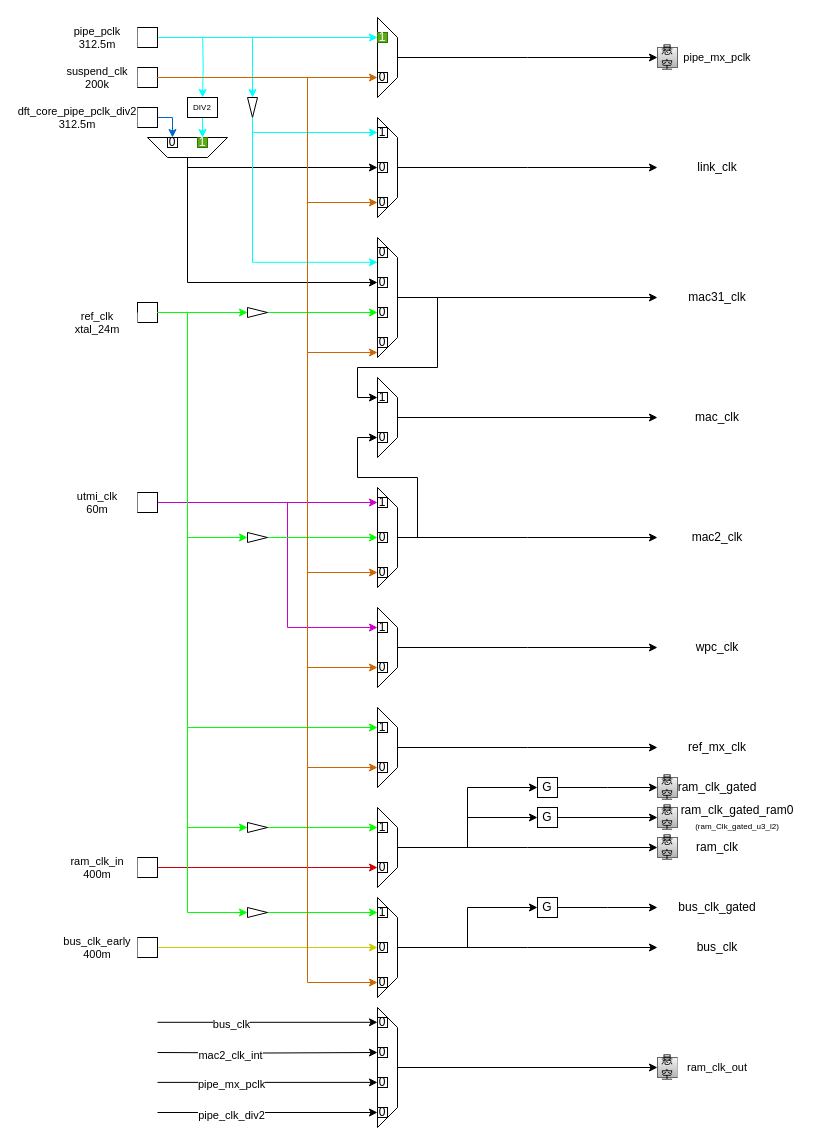
The draw.io diagram page "第 1 页" (1 of 2) of axera_mc8860/DWC_usb31.drawio in howeip/Diagram, before the edit. Source tidied: cells renumbered, new cells numbered last; positions are measured from the earlier drawing's top-left corner, leaving out a move shared by most shapes. Both pictures are drawn from the tidied source at 100%, with x=0, y=0 at pixel (17, 17).
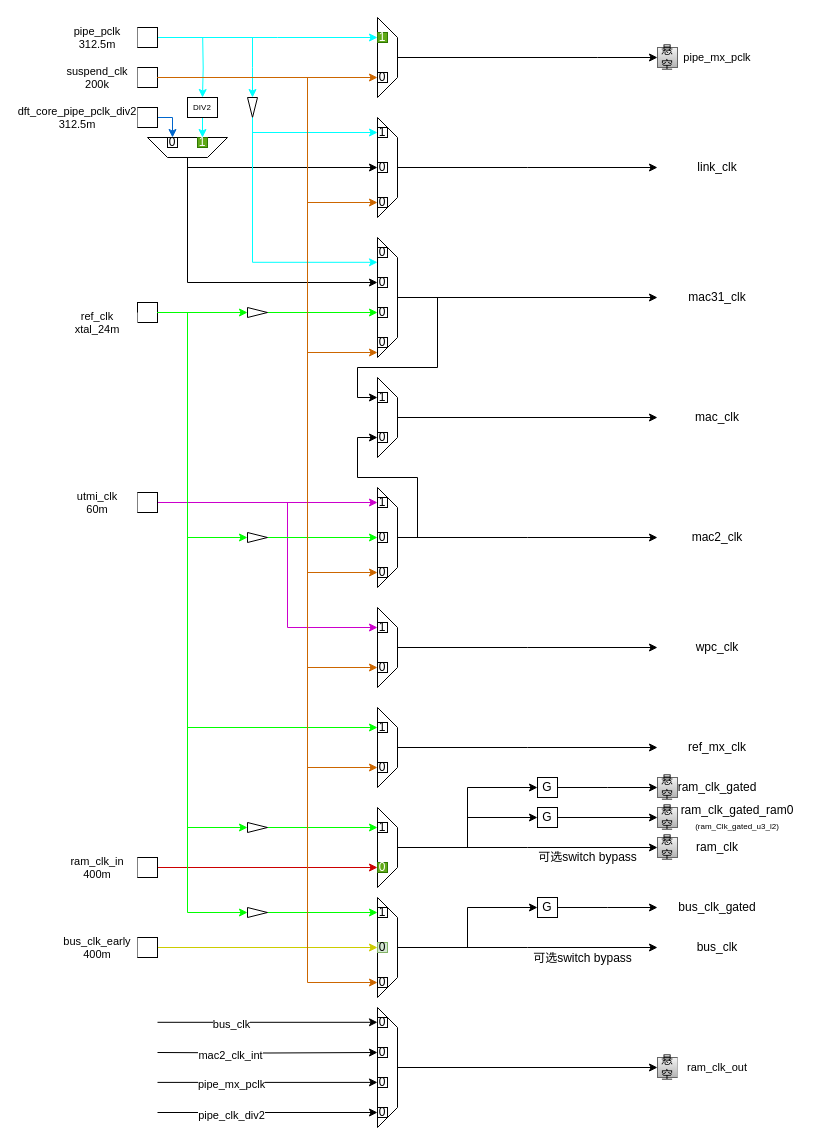
Above is the later version.

Unchanged cells that the change refers to:
```xml
<mxCell id="18" style="shape=trapezoid;perimeter=trapezoidPerimeter;whiteSpace=wrap;html=1;fixedSize=1;direction=south;" parent="1" vertex="1">
  <mxGeometry x="360" width="20" height="80" as="geometry" />
</mxCell>
<mxCell id="107" style="shape=trapezoid;perimeter=trapezoidPerimeter;whiteSpace=wrap;html=1;fixedSize=1;direction=south;" parent="1" vertex="1">
  <mxGeometry x="360" y="790" width="20" height="80" as="geometry" />
</mxCell>
<mxCell id="114" style="edgeStyle=orthogonalEdgeStyle;rounded=0;jettySize=auto;html=1;exitX=0.5;exitY=0;exitDx=0;exitDy=0;" parent="1" edge="1" source="116">
  <mxGeometry x="0.54" relative="1" as="geometry">
    <mxPoint x="640" y="930" as="targetPoint" />
  </mxGeometry>
</mxCell>
```

Diff of the diagram source:
```diff
@@
     <mxCell id="17" style="edgeStyle=orthogonalEdgeStyle;rounded=0;jettySize=auto;html=1;exitX=0.5;exitY=0;exitDx=0;exitDy=0;entryX=0;entryY=0.5;entryDx=0;entryDy=0;" parent="1" edge="1" source="18">
       <mxGeometry x="0.54" relative="1" as="geometry">
         <mxPoint x="640" y="40" as="targetPoint" />
+        <Array as="points">
+          <mxPoint x="580" y="40" />
+          <mxPoint x="580" y="40" />
+        </Array>
       </mxGeometry>
     </mxCell>
@@
-    <mxCell id="104" style="edgeStyle=orthogonalEdgeStyle;rounded=0;jettySize=auto;html=1;exitX=0.5;exitY=0;exitDx=0;exitDy=0;entryX=0;entryY=0.5;entryDx=0;entryDy=0;" parent="1" edge="1" source="107">
-      <mxGeometry x="0.54" relative="1" as="geometry">
+    <mxCell id="104" value="&lt;span style=&quot;color: rgb(0, 0, 0); font-family: Helvetica; font-size: 12px; font-style: normal; font-variant-ligatures: normal; font-variant-caps: normal; font-weight: 400; letter-spacing: normal; orphans: 2; text-align: center; text-indent: 0px; text-transform: none; widows: 2; word-spacing: 0px; -webkit-text-stroke-width: 0px; white-space: nowrap; background-color: rgb(255, 255, 255); text-decoration-thickness: initial; text-decoration-style: initial; text-decoration-color: initial; float: none; display: inline !important;&quot;&gt;可选switch bypass&lt;/span&gt;" style="edgeStyle=orthogonalEdgeStyle;rounded=0;jettySize=auto;html=1;exitX=0.5;exitY=0;exitDx=0;exitDy=0;entryX=0;entryY=0.5;entryDx=0;entryDy=0;" parent="1" edge="1" source="107">
+      <mxGeometry x="0.46" y="-10" relative="1" as="geometry">
         <mxPoint x="640" y="830" as="targetPoint" />
       </mxGeometry>
     </mxCell>
@@
-    <mxCell id="109" value="0" style="whiteSpace=wrap;html=1;" parent="1" vertex="1">
+    <mxCell id="109" value="0" style="whiteSpace=wrap;html=1;fillColor=#60a917;fontColor=#ffffff;strokeColor=#2D7600;" parent="1" vertex="1">
       <mxGeometry x="360" y="845" width="10" height="10" as="geometry" />
     </mxCell>
@@
+    <mxCell id="138" value="可选switch bypass" style="edgeLabel;html=1;align=center;verticalAlign=middle;fontSize=12;" parent="114" vertex="1">
+      <mxGeometry x="0.43" y="-5" relative="1" as="geometry">
+        <mxPoint x="-1" y="5" as="offset" />
+      </mxGeometry>
+    </mxCell>
@@
-    <mxCell id="119" value="0" style="whiteSpace=wrap;html=1;" parent="1" vertex="1">
+    <mxCell id="119" value="0" style="whiteSpace=wrap;html=1;fillColor=#d5e8d4;strokeColor=#82b366;" parent="1" vertex="1">
       <mxGeometry x="360" y="925" width="10" height="10" as="geometry" />
     </mxCell>
```
